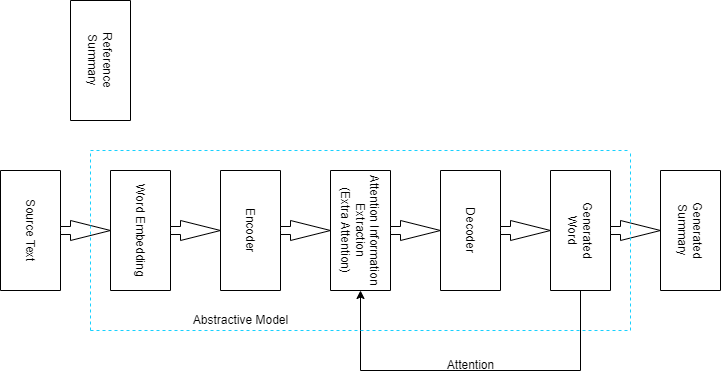
Earlier version of the draw.io export abstractive.drawio.png (thesourabhk/finalYearProject). Source tidied: cells renumbered, new cells last; positions are measured from the earlier drawing's top-left corner, leaving out a move shared by most shapes.
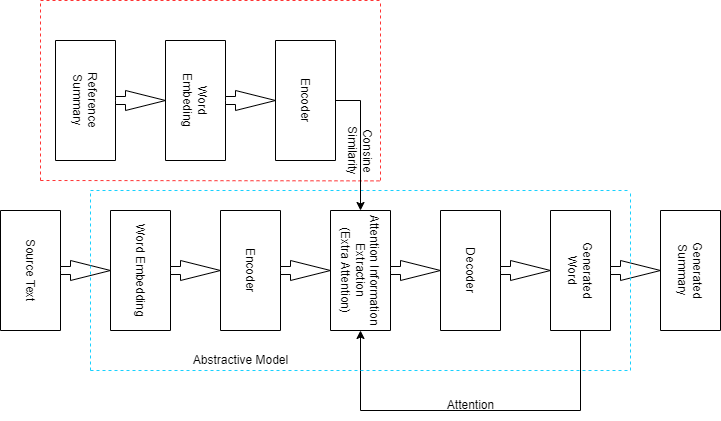
After the commit.

Change to the diagram source:
```diff
@@ -58,7 +58,7 @@
       <mxGeometry x="465" y="320" width="70" height="30" as="geometry" />
     </mxCell>
     <mxCell id="18" value="Reference&lt;br&gt;Summary" style="rounded=0;whiteSpace=wrap;html=1;rotation=90;" parent="1" vertex="1">
-      <mxGeometry x="70" width="120" height="60" as="geometry" />
+      <mxGeometry x="55" width="120" height="60" as="geometry" />
     </mxCell>
     <mxCell id="19" style="endArrow=none;dashed=1;html=1;rounded=0;strokeColor=#17D1FF;" parent="1" edge="1">
       <mxGeometry relative="1" as="geometry">
@@ -87,5 +87,50 @@
     <mxCell id="23" value="Abstractive Model" style="text;html=1;align=center;verticalAlign=middle;strokeColor=none;fillColor=none;" parent="1" vertex="1">
       <mxGeometry x="210" y="275" width="120" height="30" as="geometry" />
     </mxCell>
+    <mxCell id="24" value="Word&lt;br&gt;Embeding" style="rounded=0;whiteSpace=wrap;html=1;rotation=90;" parent="1" vertex="1">
+      <mxGeometry x="165" width="120" height="60" as="geometry" />
+    </mxCell>
+    <mxCell id="25" value="Encoder" style="rounded=0;whiteSpace=wrap;html=1;rotation=90;" parent="1" vertex="1">
+      <mxGeometry x="275" width="120" height="60" as="geometry" />
+    </mxCell>
+    <mxCell id="26" style="html=1;shadow=0;dashed=0;align=center;verticalAlign=middle;shape=mxgraph.arrows2.arrow;dy=0.6;dx=40;notch=0;" parent="1" vertex="1">
+      <mxGeometry x="145" y="20" width="50" height="20" as="geometry" />
+    </mxCell>
+    <mxCell id="27" style="html=1;shadow=0;dashed=0;align=center;verticalAlign=middle;shape=mxgraph.arrows2.arrow;dy=0.6;dx=40;notch=0;" parent="1" vertex="1">
+      <mxGeometry x="255" y="20" width="50" height="20" as="geometry" />
+    </mxCell>
+    <mxCell id="28" style="endArrow=none;dashed=1;html=1;rounded=0;strokeColor=#FF3333;" parent="1" edge="1">
+      <mxGeometry relative="1" as="geometry">
+        <mxPoint x="70" y="-70" as="sourcePoint" />
+        <mxPoint x="410" y="-70" as="targetPoint" />
+      </mxGeometry>
+    </mxCell>
+    <mxCell id="29" style="endArrow=none;dashed=1;html=1;rounded=0;strokeColor=#FF3333;entryX=0.934;entryY=0.009;entryDx=0;entryDy=0;entryPerimeter=0;" parent="1" edge="1" target="33">
+      <mxGeometry relative="1" as="geometry">
+        <mxPoint x="70" y="110" as="sourcePoint" />
+      </mxGeometry>
+    </mxCell>
+    <mxCell id="30" style="endArrow=none;dashed=1;html=1;rounded=0;strokeColor=#FF3333;" parent="1" edge="1">
+      <mxGeometry relative="1" as="geometry">
+        <mxPoint x="70" y="110" as="sourcePoint" />
+        <mxPoint x="70" y="-70" as="targetPoint" />
+      </mxGeometry>
+    </mxCell>
+    <mxCell id="31" style="endArrow=none;dashed=1;html=1;rounded=0;strokeColor=#FF3333;" parent="1" edge="1">
+      <mxGeometry relative="1" as="geometry">
+        <mxPoint x="410" y="110" as="sourcePoint" />
+        <mxPoint x="410" y="-70" as="targetPoint" />
+      </mxGeometry>
+    </mxCell>
+    <mxCell id="32" style="endArrow=classic;html=1;rounded=0;strokeColor=#000000;exitX=0.5;exitY=0;exitDx=0;exitDy=0;entryX=0;entryY=0.5;entryDx=0;entryDy=0;" parent="1" edge="1" source="25" target="5">
+      <mxGeometry relative="1" as="geometry">
+        <Array as="points">
+          <mxPoint x="390" y="30" />
+        </Array>
+      </mxGeometry>
+    </mxCell>
+    <mxCell id="33" value="Consine&lt;br&gt;Similarity" style="text;html=1;align=center;verticalAlign=middle;points=[];strokeColor=none;fillColor=none;rotation=90;" parent="1" vertex="1">
+      <mxGeometry x="355" y="60" width="70" height="40" as="geometry" />
+    </mxCell>
   </root>
 </mxGraphModel>
```
